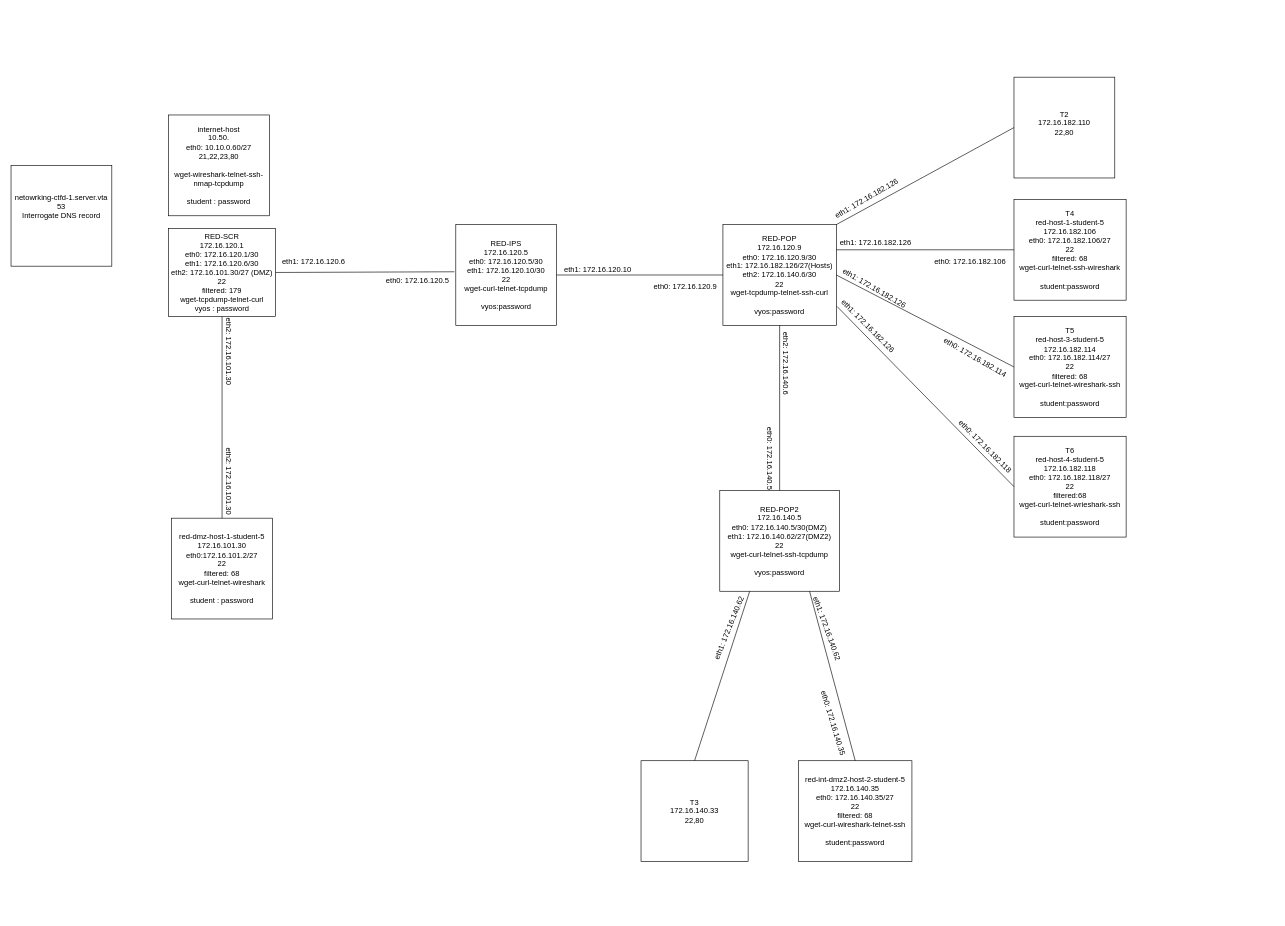
Above: Networking/MacLean/Network Map.drawio in TheWaltuh/COSC-Notes (draw.io), before the change. Source tidied: cells renumbered, new cells numbered last; positions are measured from the earlier drawing's top-left corner, leaving out a move shared by most shapes. Both pictures are drawn from the tidied source at 63%, with x=0, y=0 at pixel (11, 77).
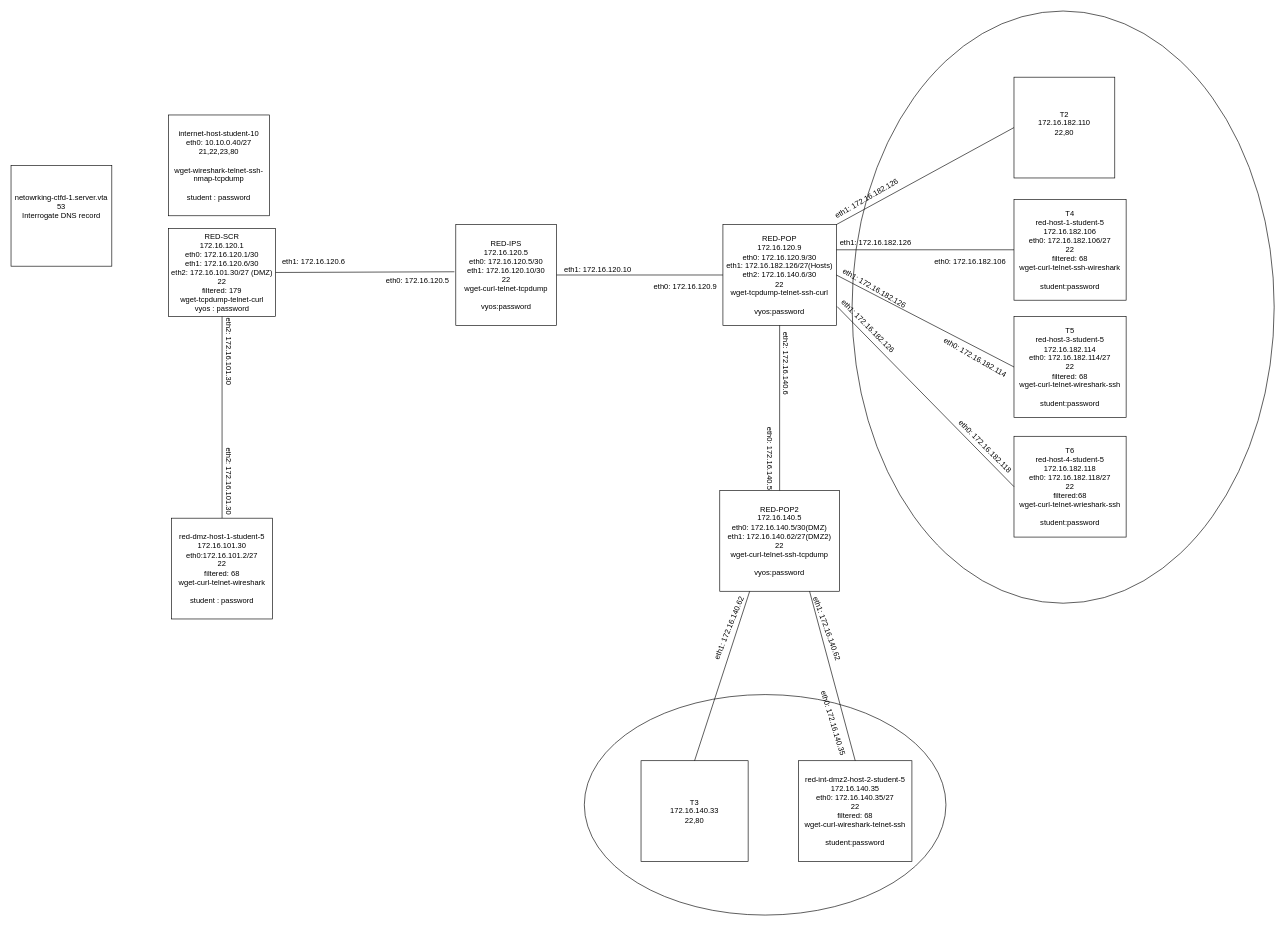
After the change.

Change to the diagram source:
```diff
@@
+    <mxCell id="43" style="ellipse;whiteSpace=wrap;html=1;fillColor=none;rotation=90;" parent="1" vertex="1">
+      <mxGeometry x="1200" y="30" width="940" height="670" as="geometry" />
+    </mxCell>
+    <mxCell id="44" style="ellipse;whiteSpace=wrap;html=1;fillColor=none;" parent="1" vertex="1">
+      <mxGeometry x="910" y="980" width="574" height="350" as="geometry" />
+    </mxCell>
-    <mxCell id="2" value="&lt;div&gt;internet-host&lt;br&gt;&lt;/div&gt;&lt;div&gt;10.50.&lt;/div&gt;&lt;div&gt;eth0: 10.10.0.60/27&lt;/div&gt;&lt;div&gt;21,22,23,80&lt;/div&gt;&lt;div&gt;&lt;br&gt;&lt;/div&gt;&lt;div&gt;wget-wireshark-telnet-ssh-nmap-tcpdump&lt;/div&gt;&lt;div&gt;&lt;br&gt;&lt;/div&gt;&lt;div&gt;student : password&lt;br&gt;&lt;/div&gt;" style="rounded=0;whiteSpace=wrap;html=1;" parent="1" vertex="1">
+    <mxCell id="2" value="&lt;div&gt;internet-host-student-10&lt;/div&gt;&lt;div&gt;eth0: 10.10.0.40/27&lt;/div&gt;&lt;div&gt;21,22,23,80&lt;/div&gt;&lt;div&gt;&lt;br&gt;&lt;/div&gt;&lt;div&gt;wget-wireshark-telnet-ssh-nmap-tcpdump&lt;/div&gt;&lt;div&gt;&lt;br&gt;&lt;/div&gt;&lt;div&gt;student : password&lt;br&gt;&lt;/div&gt;" style="rounded=0;whiteSpace=wrap;html=1;" parent="1" vertex="1">
       <mxGeometry x="250" y="60" width="160" height="160" as="geometry" />
     </mxCell>
```
